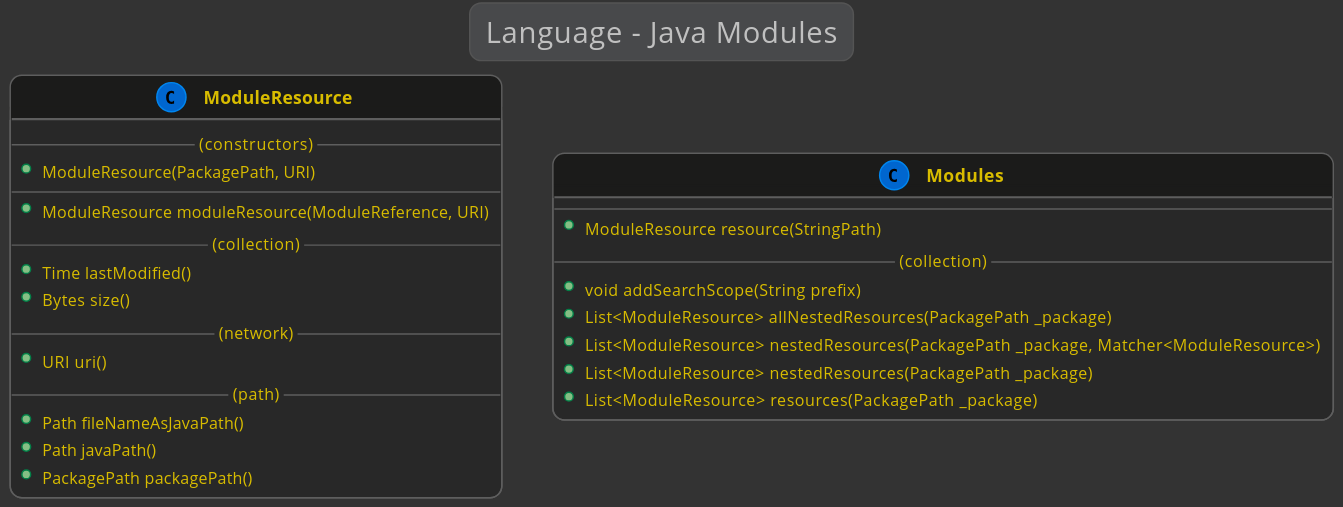
Earlier version of the PlantUML export kivakit-core/kernel/documentation/diagrams/diagram-language-modules.svg (Telenav/kivakit). The source it was exported from:
```plantuml
@startuml

    !include ../lexakai/lexakai.theme

    title "Language - Java Modules"

    class ModuleResource
    {
        --(constructors)--
        +ModuleResource(PackagePath, URI)
        --
        +ModuleResource moduleResource(ModuleReference, URI)
        --(collection)--
        +Time lastModified()
        +Bytes size()
        --(network)--
        +URI uri()
        --(path)--
        +Path fileNameAsJavaPath()
        +Path javaPath()
        +PackagePath packagePath()
    }

    class Modules
    {
        --
        +ModuleResource resource(StringPath)
        --(collection)--
        +void addSearchScope(String prefix)
        +List<ModuleResource> allNestedResources(PackagePath _package)
        +List<ModuleResource> nestedResources(PackagePath _package, Matcher<ModuleResource>)
        +List<ModuleResource> nestedResources(PackagePath _package)
        +List<ModuleResource> resources(PackagePath _package)
    }

@enduml
```
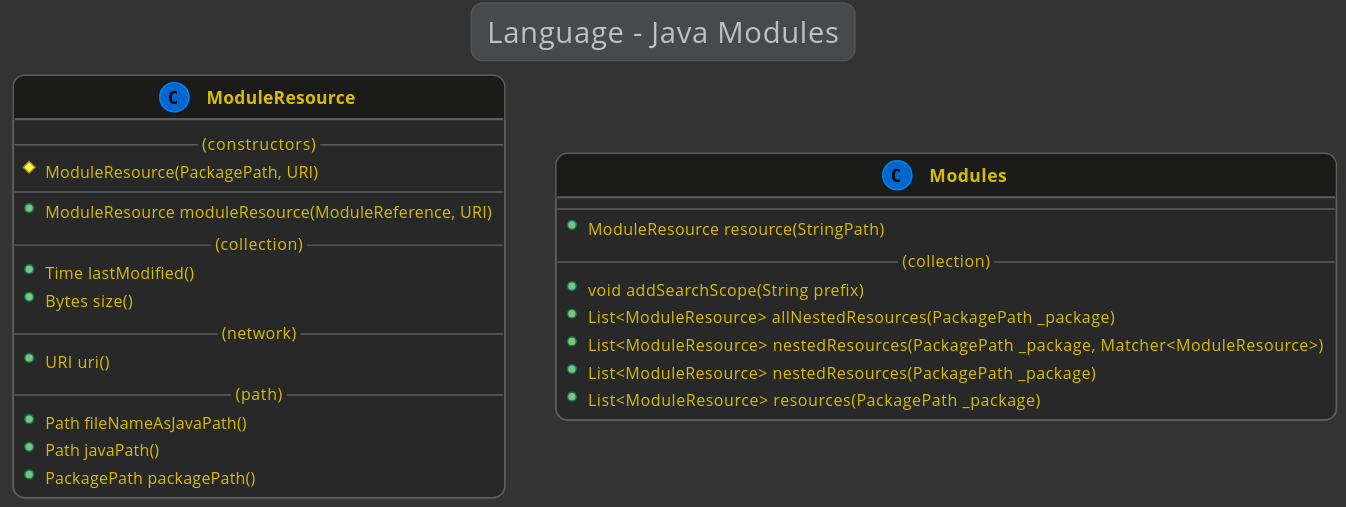
After the change.

What changed in the source:
```diff
@@ -7,7 +7,7 @@
     class ModuleResource
     {
         --(constructors)--
-        +ModuleResource(PackagePath, URI)
+        #ModuleResource(PackagePath, URI)
         --
         +ModuleResource moduleResource(ModuleReference, URI)
         --(collection)--
```
